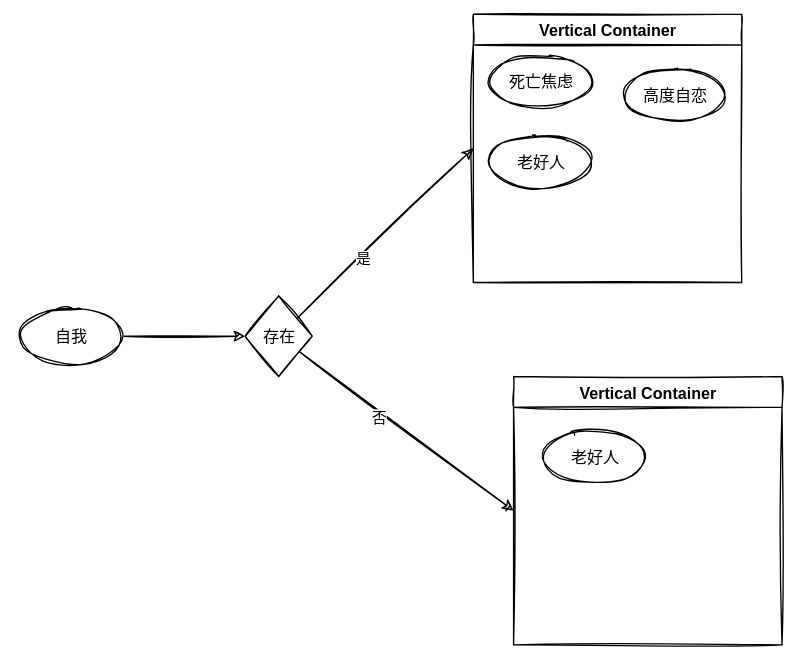
The draw.io diagram 笔记/工具/通用概念/Untitled Diagram.svg in Echo-Yanglulu/obsidianPrivateNote, before a commit. Source tidied: cells renumbered, new cells last; positions are measured from the earlier drawing's top-left corner, leaving out a move shared by most shapes.
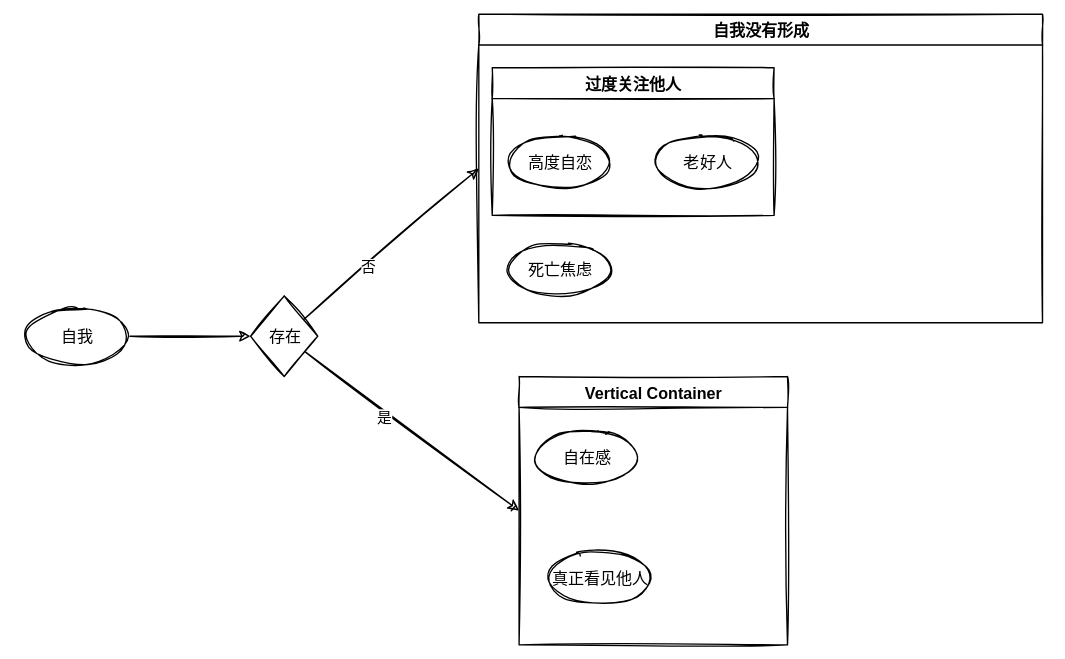
After the commit.

Diff of the diagram source:
```diff
@@ -11,35 +11,41 @@
     <mxCell id="4" style="edgeStyle=none;html=1;entryX=0;entryY=0.5;entryDx=0;entryDy=0;" parent="1" edge="1" source="8" target="9">
       <mxGeometry relative="1" as="geometry" />
     </mxCell>
-    <mxCell id="5" value="是" style="edgeLabel;html=1;align=center;verticalAlign=middle;" parent="4" vertex="1">
+    <mxCell id="5" value="否" style="edgeLabel;html=1;align=center;verticalAlign=middle;" parent="4" vertex="1">
       <mxGeometry x="-0.28" y="-1" relative="1" as="geometry" />
     </mxCell>
     <mxCell id="6" style="edgeStyle=none;html=1;entryX=0;entryY=0.5;entryDx=0;entryDy=0;" parent="1" edge="1" source="8" target="13">
       <mxGeometry relative="1" as="geometry" />
     </mxCell>
-    <mxCell id="7" value="否" style="edgeLabel;html=1;align=center;verticalAlign=middle;" parent="6" vertex="1">
+    <mxCell id="7" value="是" style="edgeLabel;html=1;align=center;verticalAlign=middle;" parent="6" vertex="1">
       <mxGeometry x="-0.24" y="-4" relative="1" as="geometry" />
     </mxCell>
     <mxCell id="8" value="存在" style="rhombus;whiteSpace=wrap;html=1;" parent="1" vertex="1">
       <mxGeometry x="170" y="210" width="50" height="60" as="geometry" />
     </mxCell>
-    <mxCell id="9" value="Vertical Container" style="swimlane;" parent="1" vertex="1">
-      <mxGeometry x="340" width="200" height="200" as="geometry" />
+    <mxCell id="9" value="自我没有形成" style="swimlane;" parent="1" vertex="1">
+      <mxGeometry x="340" width="420" height="230" as="geometry" />
     </mxCell>
     <mxCell id="10" value="死亡焦虑" style="ellipse;whiteSpace=wrap;html=1;" parent="9" vertex="1">
-      <mxGeometry x="10" y="30" width="80" height="40" as="geometry" />
+      <mxGeometry x="20" y="170" width="80" height="40" as="geometry" />
     </mxCell>
+    <mxCell id="15" value="过度关注他人" style="swimlane;" parent="9" vertex="1">
+      <mxGeometry x="10" y="40" width="210" height="110" as="geometry" />
+    </mxCell>
+    <mxCell id="12" value="老好人" style="ellipse;whiteSpace=wrap;html=1;" parent="15" vertex="1">
+      <mxGeometry x="120" y="50" width="80" height="40" as="geometry" />
+    </mxCell>
-    <mxCell id="11" value="高度自恋" style="ellipse;whiteSpace=wrap;html=1;" parent="9" vertex="1">
-      <mxGeometry x="110" y="40" width="80" height="40" as="geometry" />
+    <mxCell id="11" value="高度自恋" style="ellipse;whiteSpace=wrap;html=1;" parent="15" vertex="1">
+      <mxGeometry x="10" y="50" width="80" height="40" as="geometry" />
     </mxCell>
-    <mxCell id="12" value="老好人" style="ellipse;whiteSpace=wrap;html=1;" parent="9" vertex="1">
-      <mxGeometry x="10" y="90" width="80" height="40" as="geometry" />
-    </mxCell>
     <mxCell id="13" value="Vertical Container" style="swimlane;" parent="1" vertex="1">
       <mxGeometry x="370" y="270" width="200" height="200" as="geometry" />
     </mxCell>
-    <mxCell id="14" value="老好人" style="ellipse;whiteSpace=wrap;html=1;" parent="13" vertex="1">
-      <mxGeometry x="20" y="40" width="80" height="40" as="geometry" />
+    <mxCell id="14" value="真正看见他人" style="ellipse;whiteSpace=wrap;html=1;" parent="13" vertex="1">
+      <mxGeometry x="20" y="130" width="80" height="40" as="geometry" />
     </mxCell>
+    <mxCell id="16" value="自在感" style="ellipse;whiteSpace=wrap;html=1;" parent="13" vertex="1">
+      <mxGeometry x="10" y="40" width="80" height="40" as="geometry" />
+    </mxCell>
   </root>
 </mxGraphModel>
```
